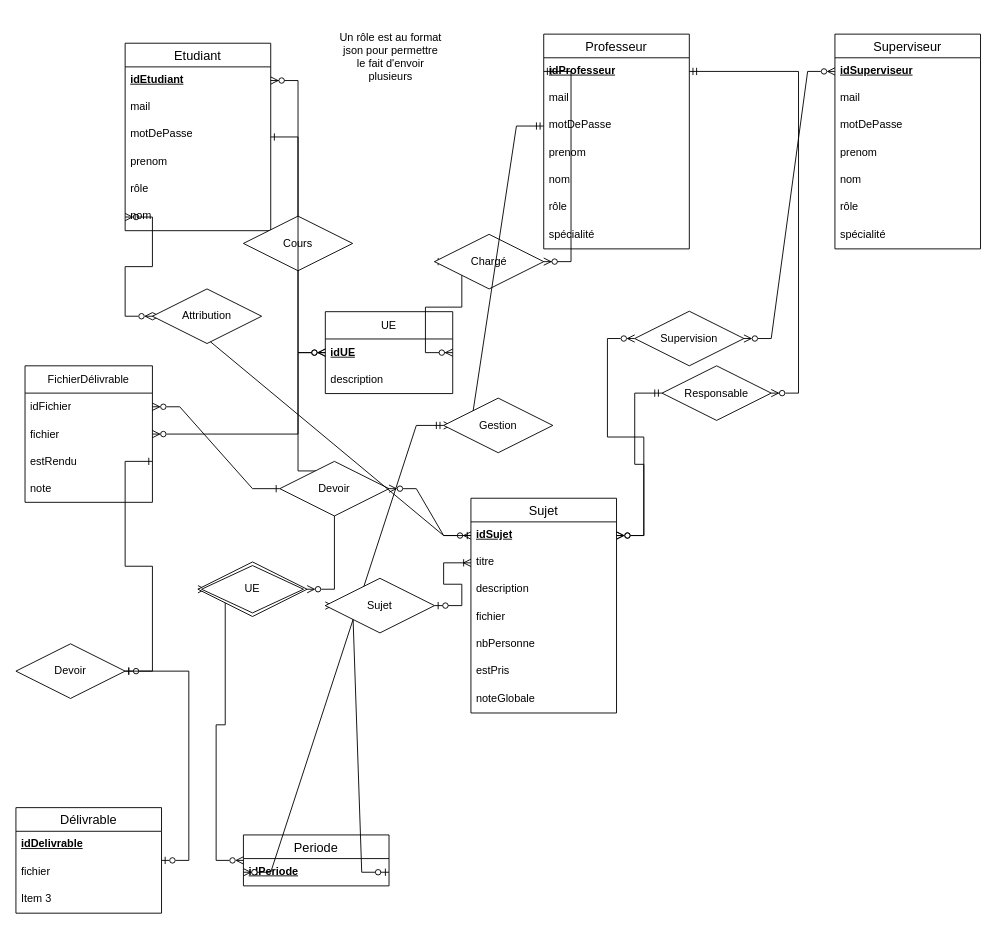
The draw.io diagram page "Schéma entité-relation" (2 of 2) of Docs/diagrammes/entiteRelationBD.drawio in Eragon6080/ProjetLogiciel2024, before the edit. Source tidied: cells renumbered, new cells numbered last; positions are measured from the earlier drawing's top-left corner, leaving out a move shared by most shapes. Both pictures are drawn from the tidied source at 91%, with x=0, y=0 at pixel (15, 15).
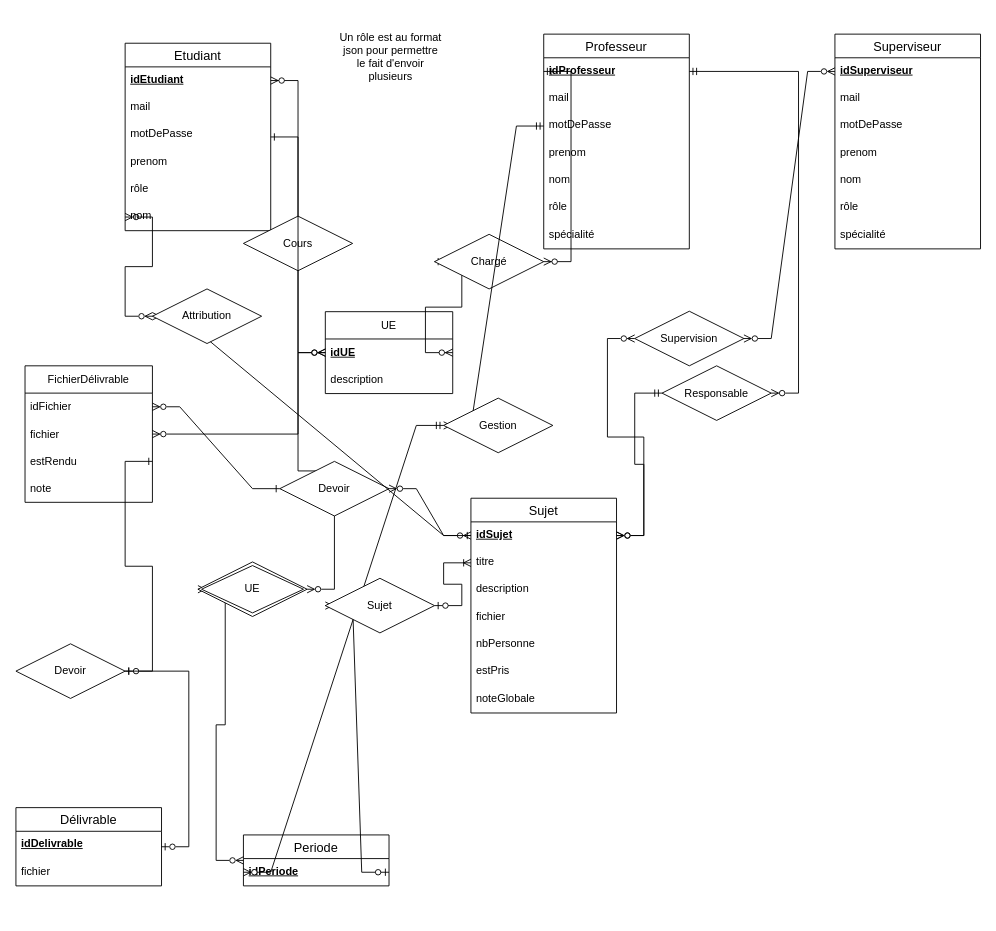
The same page after the edit.

Diff of the diagram source:
```diff
@@
     <mxCell id="37" value="Délivrable" style="swimlane;fontStyle=0;horizontal=1;startSize=26;align=center;fontSize=14;" parent="1" vertex="1">
-      <mxGeometry y="870" width="160" height="116" as="geometry" />
+      <mxGeometry y="870" width="160" height="86" as="geometry" />
     </mxCell>
@@
-    <mxCell id="40" value="Item 3" style="text;strokeColor=none;fillColor=none;spacingLeft=4;spacingRight=4;overflow=hidden;fontSize=12;whiteSpace=wrap;html=1;" parent="37" vertex="1">
-      <mxGeometry y="86" width="160" height="30" as="geometry" />
-    </mxCell>
```
